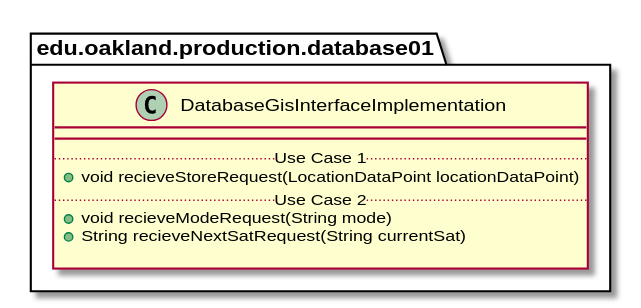
This is docs/uml-class-diagrams/database/production/DatabaseGisInterfaceImplementation/DatabaseGisInterfaceImplementation.svg from andrewdimmer/csi-3370-software-project, a PlantUML export, as it was before one commit.
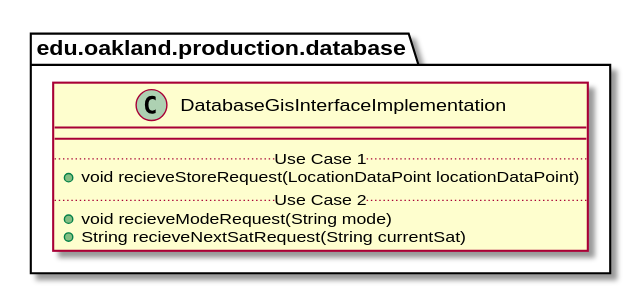
After the change.

The edit, as a diff of the source:
```diff
@@ -1,6 +1,6 @@
 @startuml DatabaseGisInterfaceImplementation
 
-package edu.oakland.production.database01 {
+package edu.oakland.production.database {
     class DatabaseGisInterfaceImplementation {
         __
         .. Use Case 1 ..
@@ -8,7 +8,6 @@
         .. Use Case 2 ..
         + void recieveModeRequest(String mode)
         + String recieveNextSatRequest(String currentSat)
-
     }
 }
 
```
